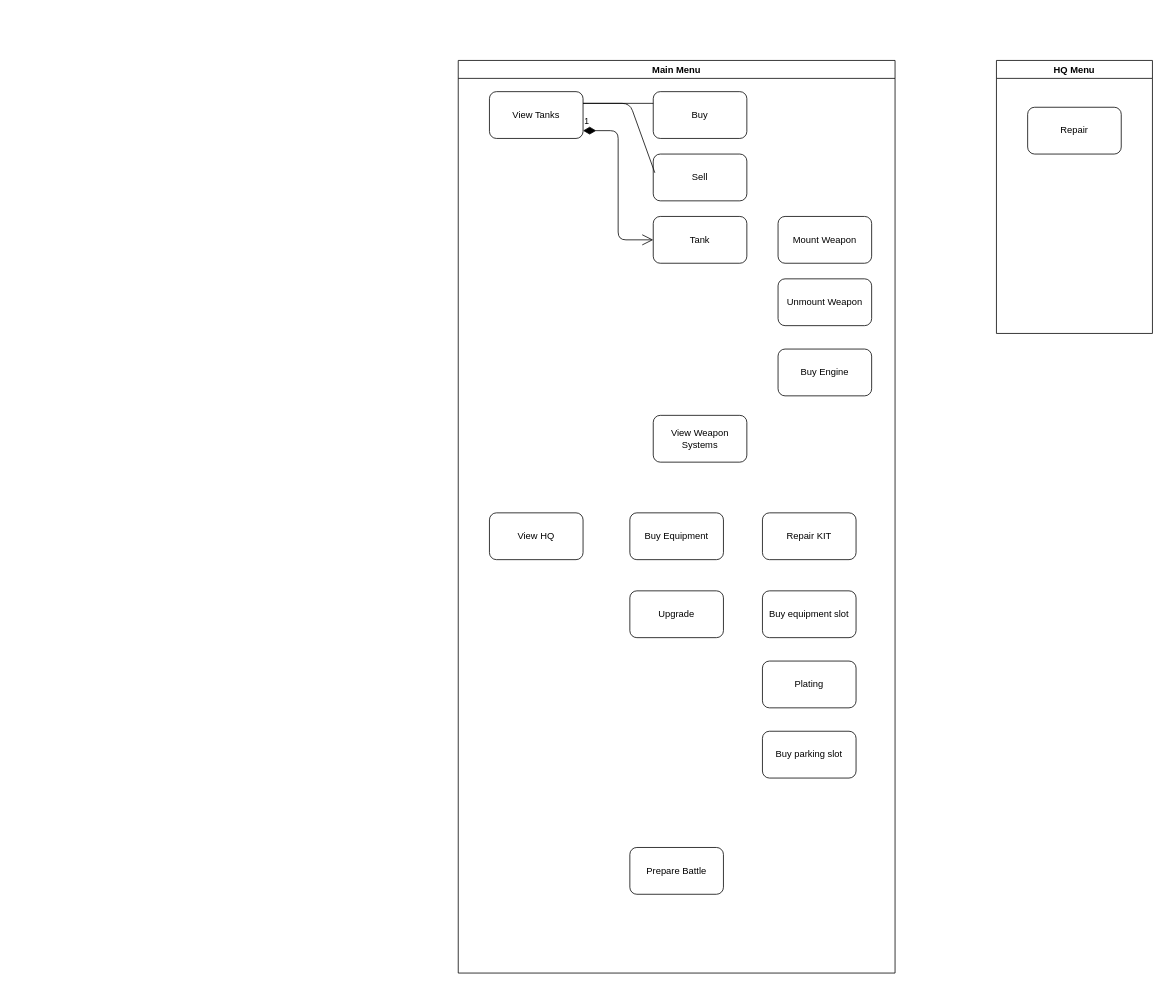
This is page "Menu Structure" (1 of 5) of docs/Tanx.drawio from anhoppe/Tanx, a draw.io file, before an edit. Source tidied: cells renumbered, new cells numbered last; positions are measured from the earlier drawing's top-left corner, leaving out a move shared by most shapes. Both pictures are drawn from the tidied source at 78%, with x=0, y=0 at pixel (458, 60).
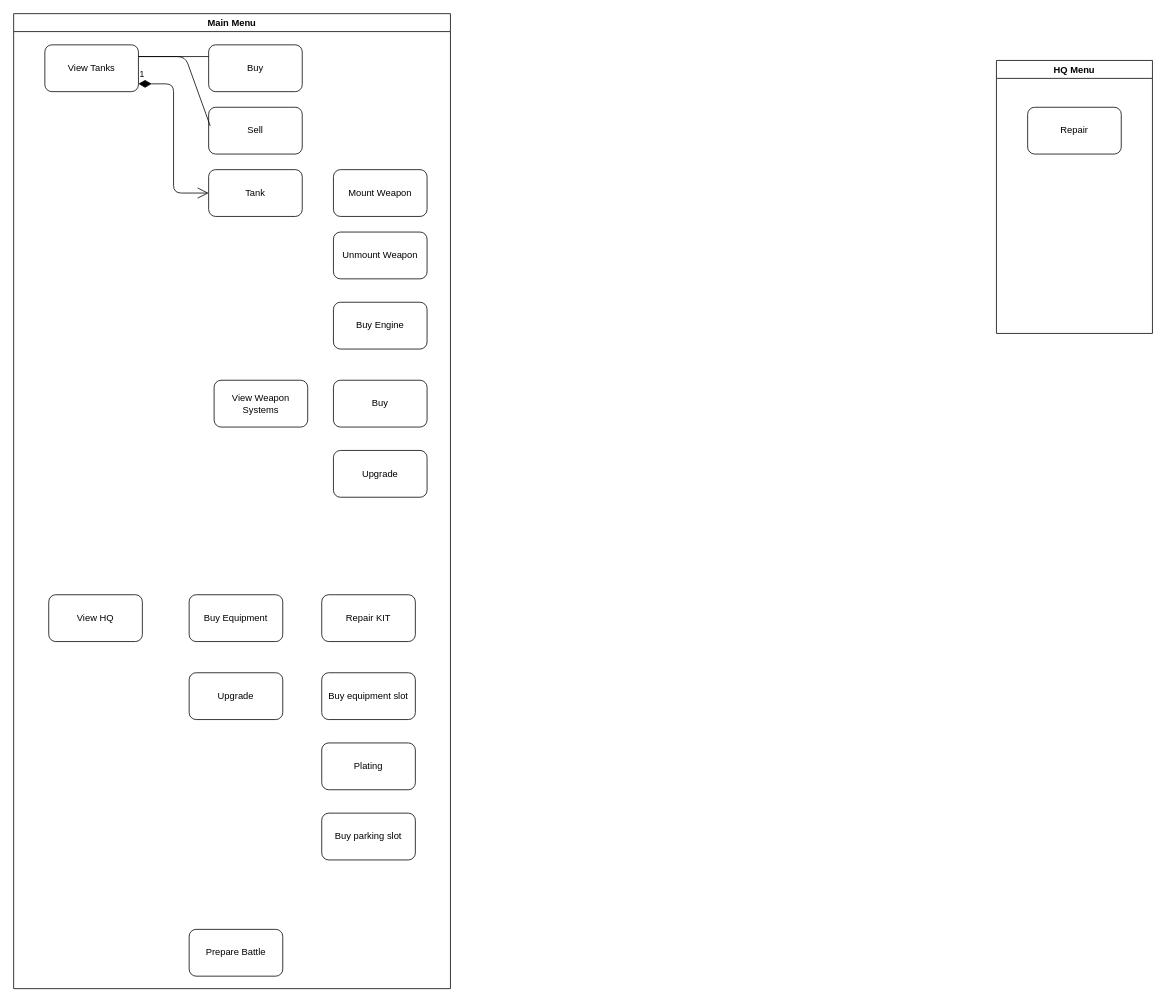
The same diagram, later.

Commit message (it also covers changes not shown here):
Tanx-Art fixed gras/mud transition tiles

The edit, as a diff of the source:
```diff
@@
     <mxCell id="2" value="Main Menu" style="swimlane;" parent="1" vertex="1">
-      <mxGeometry width="560" height="1170" as="geometry" />
+      <mxGeometry x="-570" y="-60" width="560" height="1250" as="geometry" />
     </mxCell>
@@
     <mxCell id="12" value="Buy equipment slot" style="rounded=1;whiteSpace=wrap;html=1;" parent="2" vertex="1">
-      <mxGeometry x="390" y="680" width="120" height="60" as="geometry" />
+      <mxGeometry x="395" y="845" width="120" height="60" as="geometry" />
     </mxCell>
     <mxCell id="13" value="Buy parking slot" style="rounded=1;whiteSpace=wrap;html=1;" parent="2" vertex="1">
-      <mxGeometry x="390" y="860" width="120" height="60" as="geometry" />
+      <mxGeometry x="395" y="1025" width="120" height="60" as="geometry" />
     </mxCell>
@@
     <mxCell id="15" value="View Weapon Systems" style="rounded=1;whiteSpace=wrap;html=1;" parent="2" vertex="1">
-      <mxGeometry x="250" y="455" width="120" height="60" as="geometry" />
+      <mxGeometry x="257" y="470" width="120" height="60" as="geometry" />
     </mxCell>
     <mxCell id="16" value="Buy Equipment" style="rounded=1;whiteSpace=wrap;html=1;" parent="2" vertex="1">
-      <mxGeometry x="220" y="580" width="120" height="60" as="geometry" />
+      <mxGeometry x="225" y="745" width="120" height="60" as="geometry" />
     </mxCell>
     <mxCell id="17" value="View HQ" style="rounded=1;whiteSpace=wrap;html=1;" parent="2" vertex="1">
-      <mxGeometry x="40" y="580" width="120" height="60" as="geometry" />
+      <mxGeometry x="45" y="745" width="120" height="60" as="geometry" />
     </mxCell>
     <mxCell id="18" value="Repair KIT" style="rounded=1;whiteSpace=wrap;html=1;" parent="2" vertex="1">
-      <mxGeometry x="390" y="580" width="120" height="60" as="geometry" />
+      <mxGeometry x="395" y="745" width="120" height="60" as="geometry" />
     </mxCell>
     <mxCell id="19" value="Upgrade" style="rounded=1;whiteSpace=wrap;html=1;" parent="2" vertex="1">
-      <mxGeometry x="220" y="680" width="120" height="60" as="geometry" />
+      <mxGeometry x="225" y="845" width="120" height="60" as="geometry" />
     </mxCell>
     <mxCell id="20" value="Prepare Battle" style="rounded=1;whiteSpace=wrap;html=1;" parent="2" vertex="1">
-      <mxGeometry x="220" y="1009" width="120" height="60" as="geometry" />
+      <mxGeometry x="225" y="1174" width="120" height="60" as="geometry" />
     </mxCell>
     <mxCell id="21" value="Plating" style="rounded=1;whiteSpace=wrap;html=1;" parent="2" vertex="1">
-      <mxGeometry x="390" y="770" width="120" height="60" as="geometry" />
+      <mxGeometry x="395" y="935" width="120" height="60" as="geometry" />
     </mxCell>
+    <mxCell id="24" value="Buy" style="rounded=1;whiteSpace=wrap;html=1;" parent="2" vertex="1">
+      <mxGeometry x="410" y="470" width="120" height="60" as="geometry" />
+    </mxCell>
+    <mxCell id="25" value="Upgrade" style="rounded=1;whiteSpace=wrap;html=1;" parent="2" vertex="1">
+      <mxGeometry x="410" y="560" width="120" height="60" as="geometry" />
+    </mxCell>
```
